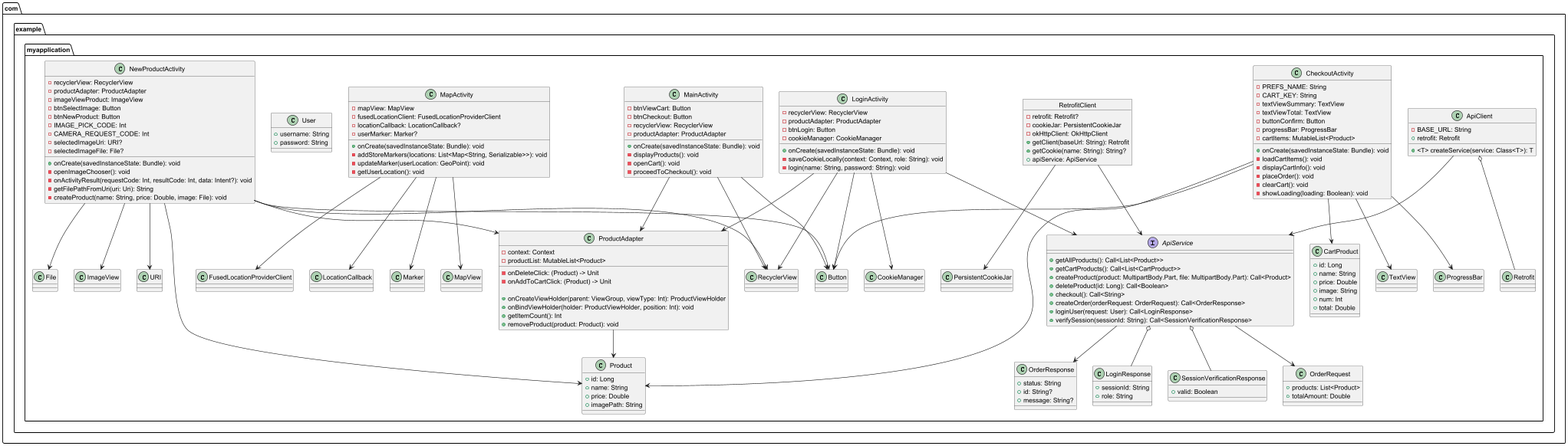
Above: P3/diag.png in SergioHrvas/DSS-P3-MUII (PlantUML), before the change.
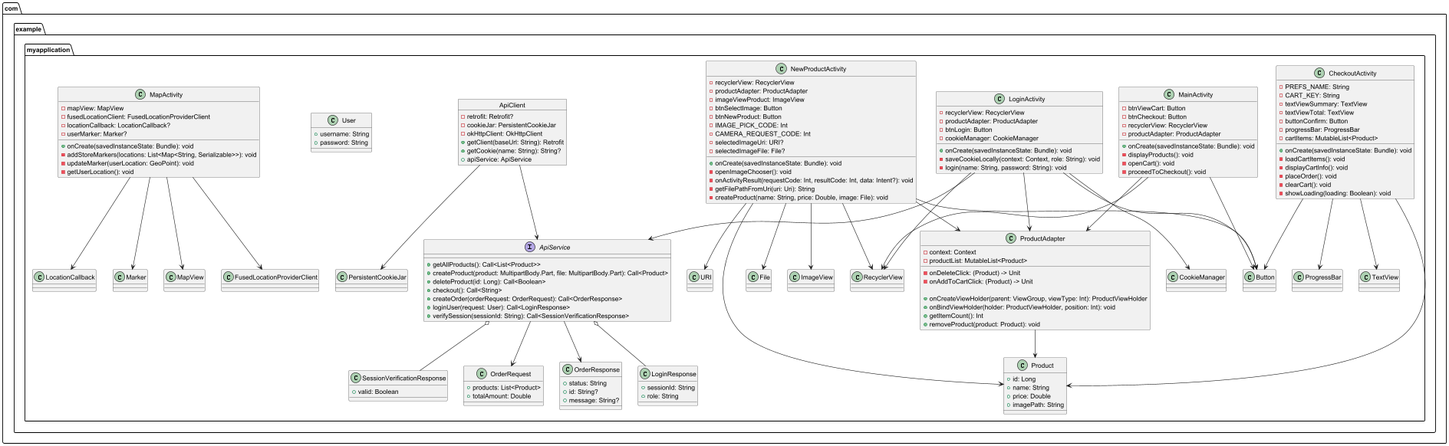
After the change.

Commit message:
diagrama mejorado

Diff of the diagram source:
```diff
@@ -1,15 +1,8 @@
 @startuml
 package com.example.myapplication {
 
-    class ApiClient {
-        - BASE_URL: String
-        + retrofit: Retrofit
-        + <T> createService(service: Class<T>): T
-    }
-
     interface ApiService {
         + getAllProducts(): Call<List<Product>>
-        + getCartProducts(): Call<List<CartProduct>>
         + createProduct(product: MultipartBody.Part, file: MultipartBody.Part): Call<Product>
         + deleteProduct(id: Long): Call<Boolean>
         + checkout(): Call<String>
@@ -25,15 +18,6 @@
 
     class SessionVerificationResponse {
         + valid: Boolean
-    }
-
-    class CartProduct {
-        + id: Long
-        + name: String
-        + price: Double
-        + image: String
-        + num: Int
-        + total: Double
     }
 
     class CheckoutActivity {
@@ -139,7 +123,7 @@
         + password: String
     }
 
-    object RetrofitClient {
+    object ApiClient {
         - retrofit: Retrofit?
         - cookieJar: PersistentCookieJar
         - okHttpClient: OkHttpClient
@@ -148,14 +132,11 @@
         + apiService: ApiService
     }
 
-    ApiClient o-- Retrofit
-    ApiClient --> ApiService
     ApiService o-- LoginResponse
     ApiService o-- SessionVerificationResponse
     ApiService --> OrderRequest
     ApiService --> OrderResponse
     CheckoutActivity --> Product
-    CheckoutActivity --> CartProduct
     CheckoutActivity --> TextView
     CheckoutActivity --> Button
     CheckoutActivity --> ProgressBar
@@ -179,7 +160,7 @@
     NewProductActivity --> File
     NewProductActivity --> Product
     ProductAdapter --> Product
-    RetrofitClient --> ApiService
-    RetrofitClient --> PersistentCookieJar
+    ApiClient --> ApiService
+    ApiClient --> PersistentCookieJar
 }
 @enduml
```
